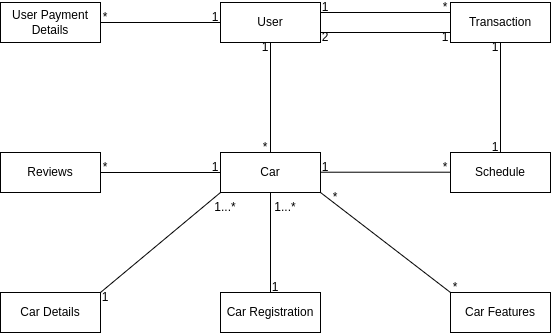
This is docs/EntityRelationshipDiagram.drawio.png from 514sh/sulong, a draw.io export, as it was before one commit. Source tidied: cells renumbered, new cells last; positions are measured from the earlier drawing's top-left corner, leaving out a move shared by most shapes.
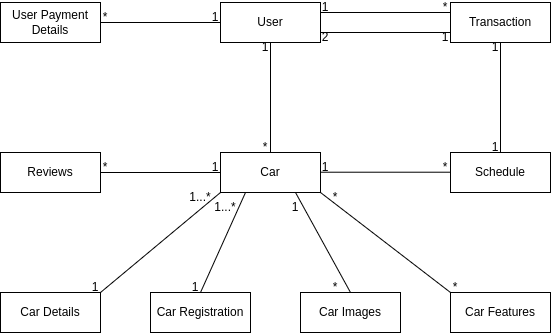
After the commit.

The edit, as a diff of the source:
```diff
@@ -5,11 +5,11 @@
     <mxCell id="2" value="User" style="whiteSpace=wrap;html=1;align=center;points=[[0,0,0,0,0],[0,0.25,0,0,0],[0,0.5,0,0,0],[0,0.75,0,0,0],[0,1,0,0,0],[0.25,0,0,0,0],[0.25,1,0,0,0],[0.5,0,0,0,0],[0.5,1,0,0,0],[0.75,0,0,0,0],[0.75,1,0,0,0],[1,0,0,0,0],[1,0.25,0,0,0],[1,0.5,0,0,0],[1,0.75,0,0,0],[1,1,0,0,0]];" parent="1" vertex="1">
       <mxGeometry x="220" width="100" height="40" as="geometry" />
     </mxCell>
-    <mxCell id="3" value="Car" style="whiteSpace=wrap;html=1;align=center;" parent="1" vertex="1">
+    <mxCell id="3" value="Car" style="whiteSpace=wrap;html=1;align=center;points=[[0,0,0,0,0],[0,0.25,0,0,0],[0,0.5,0,0,0],[0,0.75,0,0,0],[0,1,0,0,0],[0.25,0,0,0,0],[0.25,1,0,0,0],[0.5,0,0,0,0],[0.5,1,0,0,0],[0.75,0,0,0,0],[0.75,1,0,0,0],[1,0,0,0,0],[1,0.25,0,0,0],[1,0.5,0,0,0],[1,0.75,0,0,0],[1,1,0,0,0]];" parent="1" vertex="1">
       <mxGeometry x="220" y="150" width="100" height="40" as="geometry" />
     </mxCell>
     <mxCell id="4" value="Car Registration" style="whiteSpace=wrap;html=1;align=center;" parent="1" vertex="1">
-      <mxGeometry x="220" y="290" width="100" height="40" as="geometry" />
+      <mxGeometry x="150" y="290" width="100" height="40" as="geometry" />
     </mxCell>
     <mxCell id="5" value="Transaction&lt;br&gt;" style="whiteSpace=wrap;html=1;align=center;" parent="1" vertex="1">
       <mxGeometry x="450" width="100" height="40" as="geometry" />
@@ -35,9 +35,6 @@
     <mxCell id="12" style="endArrow=none;html=1;rounded=0;entryX=0;entryY=1;entryDx=0;entryDy=0;exitX=1;exitY=0;exitDx=0;exitDy=0;" parent="1" edge="1" source="7" target="3">
       <mxGeometry relative="1" as="geometry" />
     </mxCell>
-    <mxCell id="13" style="endArrow=none;html=1;rounded=0;entryX=0.5;entryY=1;entryDx=0;entryDy=0;exitX=0.5;exitY=0;exitDx=0;exitDy=0;" parent="1" edge="1" source="4" target="3">
-      <mxGeometry relative="1" as="geometry" />
-    </mxCell>
     <mxCell id="14" style="endArrow=none;html=1;rounded=0;entryX=0.5;entryY=1;entryDx=0;entryDy=0;" parent="1" edge="1" source="3" target="2">
       <mxGeometry relative="1" as="geometry" />
     </mxCell>
@@ -90,10 +87,10 @@
       <mxGeometry x="490" y="140" width="10" height="10" as="geometry" />
     </mxCell>
     <mxCell id="29" value="1...*" style="text;strokeColor=none;align=center;fillColor=none;html=1;verticalAlign=middle;whiteSpace=wrap;rounded=0;" parent="1" vertex="1">
-      <mxGeometry x="280" y="200" width="10" height="10" as="geometry" />
+      <mxGeometry x="220" y="200" width="10" height="10" as="geometry" />
     </mxCell>
     <mxCell id="30" value="1" style="text;strokeColor=none;align=center;fillColor=none;html=1;verticalAlign=middle;whiteSpace=wrap;rounded=0;" parent="1" vertex="1">
-      <mxGeometry x="270" y="280" width="10" height="10" as="geometry" />
+      <mxGeometry x="190" y="280" width="10" height="10" as="geometry" />
     </mxCell>
     <mxCell id="31" value="1" style="text;strokeColor=none;align=center;fillColor=none;html=1;verticalAlign=middle;whiteSpace=wrap;rounded=0;" parent="1" vertex="1">
       <mxGeometry x="210" y="160" width="10" height="10" as="geometry" />
@@ -102,10 +99,10 @@
       <mxGeometry x="100" y="160" width="10" height="10" as="geometry" />
     </mxCell>
     <mxCell id="33" value="1...*" style="text;strokeColor=none;align=center;fillColor=none;html=1;verticalAlign=middle;whiteSpace=wrap;rounded=0;" parent="1" vertex="1">
-      <mxGeometry x="220" y="200" width="10" height="10" as="geometry" />
+      <mxGeometry x="195" y="190" width="10" height="10" as="geometry" />
     </mxCell>
     <mxCell id="34" value="1" style="text;strokeColor=none;align=center;fillColor=none;html=1;verticalAlign=middle;whiteSpace=wrap;rounded=0;" parent="1" vertex="1">
-      <mxGeometry x="100" y="290" width="10" height="10" as="geometry" />
+      <mxGeometry x="90" y="280" width="10" height="10" as="geometry" />
     </mxCell>
     <mxCell id="35" value="1" style="text;strokeColor=none;align=center;fillColor=none;html=1;verticalAlign=middle;whiteSpace=wrap;rounded=0;" parent="1" vertex="1">
       <mxGeometry x="320" y="160" width="10" height="10" as="geometry" />
@@ -125,5 +122,20 @@
     <mxCell id="40" value="*" style="text;strokeColor=none;align=center;fillColor=none;html=1;verticalAlign=middle;whiteSpace=wrap;rounded=0;" parent="1" vertex="1">
       <mxGeometry x="450" y="280" width="10" height="10" as="geometry" />
     </mxCell>
+    <mxCell id="41" value="Car Images" style="whiteSpace=wrap;html=1;align=center;" parent="1" vertex="1">
+      <mxGeometry x="300" y="290" width="100" height="40" as="geometry" />
+    </mxCell>
+    <mxCell id="42" style="endArrow=none;html=1;rounded=0;entryX=0.75;entryY=1;entryDx=0;entryDy=0;entryPerimeter=0;exitX=0.5;exitY=0;exitDx=0;exitDy=0;" parent="1" edge="1" source="41" target="3">
+      <mxGeometry relative="1" as="geometry" />
+    </mxCell>
+    <mxCell id="43" style="endArrow=none;html=1;rounded=0;entryX=0.25;entryY=1;entryDx=0;entryDy=0;entryPerimeter=0;exitX=1;exitY=1;exitDx=0;exitDy=0;" parent="1" edge="1" source="30" target="3">
+      <mxGeometry relative="1" as="geometry" />
+    </mxCell>
+    <mxCell id="44" value="1" style="text;strokeColor=none;align=center;fillColor=none;html=1;verticalAlign=middle;whiteSpace=wrap;rounded=0;" parent="1" vertex="1">
+      <mxGeometry x="290" y="200" width="10" height="10" as="geometry" />
+    </mxCell>
+    <mxCell id="45" value="*" style="text;strokeColor=none;align=center;fillColor=none;html=1;verticalAlign=middle;whiteSpace=wrap;rounded=0;" parent="1" vertex="1">
+      <mxGeometry x="330" y="280" width="10" height="10" as="geometry" />
+    </mxCell>
   </root>
 </mxGraphModel>
```
